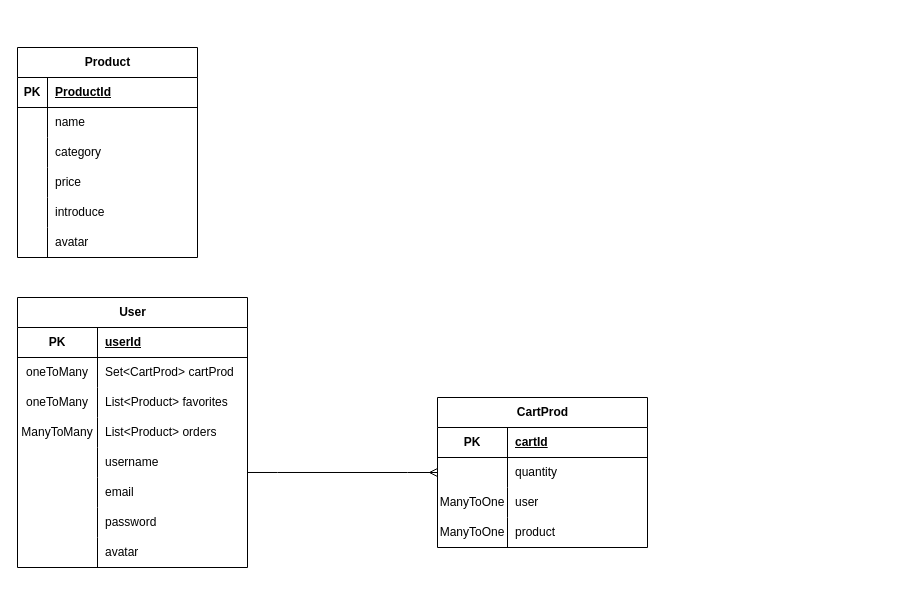
Before: Page_Diagram/petJPA.drawio in dzwfighting/pet_home_evan, a draw.io diagram. Source tidied: cells renumbered, new cells numbered last; positions are measured from the earlier drawing's top-left corner, leaving out a move shared by most shapes. Both pictures are drawn from the tidied source at 100%, with x=0, y=0 at pixel (17, 47).
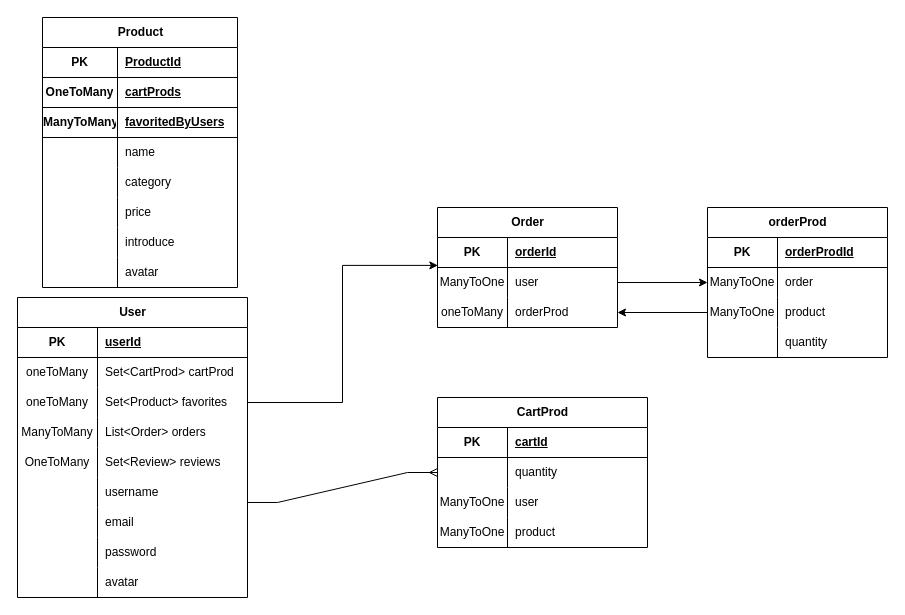
The same diagram, later.

Commit message:
update order，orderProd JPA

The change refers to these unchanged cells:
```xml
<mxCell id="9" style="shape=tableRow;horizontal=0;startSize=0;swimlaneHead=0;swimlaneBody=0;fillColor=none;points=[[0,0.5],[1,0.5]];portConstraint=eastwest;top=0;left=0;right=0;bottom=0;" parent="2" vertex="1">
  <mxGeometry y="90" width="230" height="30" as="geometry" />
</mxCell>
<mxCell id="12" style="shape=tableRow;horizontal=0;startSize=0;swimlaneHead=0;swimlaneBody=0;fillColor=none;top=0;left=0;right=0;bottom=0;" parent="2" vertex="1">
  <mxGeometry y="120" width="230" height="30" as="geometry" />
</mxCell>
```

What changed in the source:
```diff
@@
     <mxCell id="2" value="User" style="shape=table;startSize=30;childLayout=tableLayout;rowLines=0;fontStyle=1;align=center;html=1;" parent="1" vertex="1">
-      <mxGeometry y="250" width="230" height="270" as="geometry" />
+      <mxGeometry y="250" width="230" height="300" as="geometry" />
     </mxCell>
@@
-    <mxCell id="11" value="List&amp;lt;Product&amp;gt; favorites" style="shape=partialRectangle;fillColor=none;top=0;left=0;bottom=0;right=0;align=left;spacingLeft=6;overflow=hidden;whiteSpace=wrap;html=1;" parent="9" vertex="1">
+    <mxCell id="11" value="Set&amp;lt;Product&amp;gt; favorites" style="shape=partialRectangle;fillColor=none;top=0;left=0;bottom=0;right=0;align=left;spacingLeft=6;overflow=hidden;whiteSpace=wrap;html=1;" parent="9" vertex="1">
       <mxGeometry x="80" width="150" height="30" as="geometry" />
     </mxCell>
@@
-    <mxCell id="14" value="List&amp;lt;Product&amp;gt; orders" style="shape=partialRectangle;fillColor=none;top=0;left=0;bottom=0;right=0;align=left;spacingLeft=6;overflow=hidden;whiteSpace=wrap;html=1;" parent="12" vertex="1">
+    <mxCell id="14" value="List&amp;lt;Order&amp;gt; orders" style="shape=partialRectangle;fillColor=none;top=0;left=0;bottom=0;right=0;align=left;spacingLeft=6;overflow=hidden;whiteSpace=wrap;html=1;" parent="12" vertex="1">
       <mxGeometry x="80" width="150" height="30" as="geometry" />
     </mxCell>
+    <mxCell id="60" style="shape=tableRow;horizontal=0;startSize=0;swimlaneHead=0;swimlaneBody=0;fillColor=none;top=0;left=0;right=0;bottom=0;" parent="2" vertex="1">
+      <mxGeometry y="150" width="230" height="30" as="geometry" />
+    </mxCell>
+    <mxCell id="61" value="OneToMany" style="shape=partialRectangle;fillColor=none;top=0;left=0;bottom=0;right=0;overflow=hidden;whiteSpace=wrap;html=1;" parent="60" vertex="1">
+      <mxGeometry width="80" height="30" as="geometry" />
+    </mxCell>
+    <mxCell id="62" value="Set&amp;lt;Review&amp;gt; reviews" style="shape=partialRectangle;fillColor=none;top=0;left=0;bottom=0;right=0;align=left;spacingLeft=6;overflow=hidden;whiteSpace=wrap;html=1;" parent="60" vertex="1">
+      <mxGeometry x="80" width="150" height="30" as="geometry" />
+    </mxCell>
     <mxCell id="15" style="shape=tableRow;horizontal=0;startSize=0;swimlaneHead=0;swimlaneBody=0;fillColor=none;points=[[0,0.5],[1,0.5]];portConstraint=eastwest;top=0;left=0;right=0;bottom=0;" parent="2" vertex="1">
-      <mxGeometry y="150" width="230" height="30" as="geometry" />
+      <mxGeometry y="180" width="230" height="30" as="geometry" />
     </mxCell>
@@
     <mxCell id="18" style="shape=tableRow;horizontal=0;startSize=0;swimlaneHead=0;swimlaneBody=0;fillColor=none;top=0;left=0;right=0;bottom=0;" parent="2" vertex="1">
-      <mxGeometry y="180" width="230" height="30" as="geometry" />
+      <mxGeometry y="210" width="230" height="30" as="geometry" />
     </mxCell>
@@
     <mxCell id="21" style="shape=tableRow;horizontal=0;startSize=0;swimlaneHead=0;swimlaneBody=0;fillColor=none;top=0;left=0;right=0;bottom=0;" parent="2" vertex="1">
-      <mxGeometry y="210" width="230" height="30" as="geometry" />
+      <mxGeometry y="240" width="230" height="30" as="geometry" />
     </mxCell>
@@
     <mxCell id="24" style="shape=tableRow;horizontal=0;startSize=0;swimlaneHead=0;swimlaneBody=0;fillColor=none;top=0;left=0;right=0;bottom=0;" parent="2" vertex="1">
-      <mxGeometry y="240" width="230" height="30" as="geometry" />
+      <mxGeometry y="270" width="230" height="30" as="geometry" />
     </mxCell>
@@
     <mxCell id="27" value="Product" style="shape=table;startSize=30;childLayout=tableLayout;rowLines=0;fontStyle=1;align=center;html=1;" parent="1" vertex="1">
-      <mxGeometry width="180" height="210" as="geometry" />
+      <mxGeometry x="25" y="-30" width="195" height="270" as="geometry" />
     </mxCell>
     <mxCell id="28" style="shape=tableRow;horizontal=0;startSize=0;swimlaneHead=0;swimlaneBody=0;fillColor=none;top=0;left=0;right=0;bottom=1;" parent="27" vertex="1">
-      <mxGeometry y="30" width="180" height="30" as="geometry" />
+      <mxGeometry y="30" width="195" height="30" as="geometry" />
     </mxCell>
     <mxCell id="29" value="PK" style="shape=partialRectangle;fillColor=none;top=0;left=0;bottom=0;right=0;fontStyle=1;overflow=hidden;whiteSpace=wrap;html=1;" parent="28" vertex="1">
-      <mxGeometry width="30" height="30" as="geometry" />
+      <mxGeometry width="75" height="30" as="geometry" />
     </mxCell>
     <mxCell id="30" value="ProductId" style="shape=partialRectangle;fillColor=none;top=0;left=0;bottom=0;right=0;align=left;spacingLeft=6;fontStyle=5;overflow=hidden;whiteSpace=wrap;html=1;" parent="28" vertex="1">
-      <mxGeometry x="30" width="150" height="30" as="geometry" />
+      <mxGeometry x="75" width="120" height="30" as="geometry" />
     </mxCell>
+    <mxCell id="63" style="shape=tableRow;horizontal=0;startSize=0;swimlaneHead=0;swimlaneBody=0;fillColor=none;top=0;left=0;right=0;bottom=1;" parent="27" vertex="1">
+      <mxGeometry y="60" width="195" height="30" as="geometry" />
+    </mxCell>
+    <mxCell id="64" value="OneToMany" style="shape=partialRectangle;fillColor=none;top=0;left=0;bottom=0;right=0;fontStyle=1;overflow=hidden;whiteSpace=wrap;html=1;" parent="63" vertex="1">
+      <mxGeometry width="75" height="30" as="geometry" />
+    </mxCell>
+    <mxCell id="65" value="cartProds" style="shape=partialRectangle;fillColor=none;top=0;left=0;bottom=0;right=0;align=left;spacingLeft=6;fontStyle=5;overflow=hidden;whiteSpace=wrap;html=1;" parent="63" vertex="1">
+      <mxGeometry x="75" width="120" height="30" as="geometry" />
+    </mxCell>
+    <mxCell id="66" style="shape=tableRow;horizontal=0;startSize=0;swimlaneHead=0;swimlaneBody=0;fillColor=none;top=0;left=0;right=0;bottom=1;" parent="27" vertex="1">
+      <mxGeometry y="90" width="195" height="30" as="geometry" />
+    </mxCell>
+    <mxCell id="67" value="ManyToMany" style="shape=partialRectangle;fillColor=none;top=0;left=0;bottom=0;right=0;fontStyle=1;overflow=hidden;whiteSpace=wrap;html=1;" parent="66" vertex="1">
+      <mxGeometry width="75" height="30" as="geometry" />
+    </mxCell>
+    <mxCell id="68" value="favoritedByUsers" style="shape=partialRectangle;fillColor=none;top=0;left=0;bottom=0;right=0;align=left;spacingLeft=6;fontStyle=5;overflow=hidden;whiteSpace=wrap;html=1;" parent="66" vertex="1">
+      <mxGeometry x="75" width="120" height="30" as="geometry" />
+    </mxCell>
     <mxCell id="31" style="shape=tableRow;horizontal=0;startSize=0;swimlaneHead=0;swimlaneBody=0;fillColor=none;top=0;left=0;right=0;bottom=0;" parent="27" vertex="1">
-      <mxGeometry y="60" width="180" height="30" as="geometry" />
+      <mxGeometry y="120" width="195" height="30" as="geometry" />
     </mxCell>
     <mxCell id="32" style="shape=partialRectangle;fillColor=none;top=0;left=0;bottom=0;right=0;overflow=hidden;whiteSpace=wrap;html=1;" parent="31" vertex="1">
-      <mxGeometry width="30" height="30" as="geometry" />
+      <mxGeometry width="75" height="30" as="geometry" />
     </mxCell>
     <mxCell id="33" value="name" style="shape=partialRectangle;fillColor=none;top=0;left=0;bottom=0;right=0;align=left;spacingLeft=6;overflow=hidden;whiteSpace=wrap;html=1;" parent="31" vertex="1">
-      <mxGeometry x="30" width="150" height="30" as="geometry" />
+      <mxGeometry x="75" width="120" height="30" as="geometry" />
     </mxCell>
     <mxCell id="34" style="shape=tableRow;horizontal=0;startSize=0;swimlaneHead=0;swimlaneBody=0;fillColor=none;top=0;left=0;right=0;bottom=0;" parent="27" vertex="1">
-      <mxGeometry y="90" width="180" height="30" as="geometry" />
+      <mxGeometry y="150" width="195" height="30" as="geometry" />
     </mxCell>
     <mxCell id="35" style="shape=partialRectangle;fillColor=none;top=0;left=0;bottom=0;right=0;overflow=hidden;whiteSpace=wrap;html=1;" parent="34" vertex="1">
-      <mxGeometry width="30" height="30" as="geometry" />
+      <mxGeometry width="75" height="30" as="geometry" />
     </mxCell>
     <mxCell id="36" value="category" style="shape=partialRectangle;fillColor=none;top=0;left=0;bottom=0;right=0;align=left;spacingLeft=6;overflow=hidden;whiteSpace=wrap;html=1;" parent="34" vertex="1">
-      <mxGeometry x="30" width="150" height="30" as="geometry" />
+      <mxGeometry x="75" width="120" height="30" as="geometry" />
     </mxCell>
     <mxCell id="37" style="shape=tableRow;horizontal=0;startSize=0;swimlaneHead=0;swimlaneBody=0;fillColor=none;top=0;left=0;right=0;bottom=0;" parent="27" vertex="1">
-      <mxGeometry y="120" width="180" height="30" as="geometry" />
+      <mxGeometry y="180" width="195" height="30" as="geometry" />
     </mxCell>
     <mxCell id="38" style="shape=partialRectangle;fillColor=none;top=0;left=0;bottom=0;right=0;overflow=hidden;whiteSpace=wrap;html=1;" parent="37" vertex="1">
-      <mxGeometry width="30" height="30" as="geometry" />
+      <mxGeometry width="75" height="30" as="geometry" />
     </mxCell>
     <mxCell id="39" value="price" style="shape=partialRectangle;fillColor=none;top=0;left=0;bottom=0;right=0;align=left;spacingLeft=6;overflow=hidden;whiteSpace=wrap;html=1;" parent="37" vertex="1">
-      <mxGeometry x="30" width="150" height="30" as="geometry" />
+      <mxGeometry x="75" width="120" height="30" as="geometry" />
     </mxCell>
     <mxCell id="40" style="shape=tableRow;horizontal=0;startSize=0;swimlaneHead=0;swimlaneBody=0;fillColor=none;top=0;left=0;right=0;bottom=0;" parent="27" vertex="1">
-      <mxGeometry y="150" width="180" height="30" as="geometry" />
+      <mxGeometry y="210" width="195" height="30" as="geometry" />
     </mxCell>
     <mxCell id="41" style="shape=partialRectangle;fillColor=none;top=0;left=0;bottom=0;right=0;overflow=hidden;whiteSpace=wrap;html=1;" parent="40" vertex="1">
-      <mxGeometry width="30" height="30" as="geometry" />
+      <mxGeometry width="75" height="30" as="geometry" />
     </mxCell>
     <mxCell id="42" value="introduce" style="shape=partialRectangle;fillColor=none;top=0;left=0;bottom=0;right=0;align=left;spacingLeft=6;overflow=hidden;whiteSpace=wrap;html=1;" parent="40" vertex="1">
-      <mxGeometry x="30" width="150" height="30" as="geometry" />
+      <mxGeometry x="75" width="120" height="30" as="geometry" />
     </mxCell>
     <mxCell id="43" style="shape=tableRow;horizontal=0;startSize=0;swimlaneHead=0;swimlaneBody=0;fillColor=none;top=0;left=0;right=0;bottom=0;" parent="27" vertex="1">
-      <mxGeometry y="180" width="180" height="30" as="geometry" />
+      <mxGeometry y="240" width="195" height="30" as="geometry" />
     </mxCell>
     <mxCell id="44" style="shape=partialRectangle;fillColor=none;top=0;left=0;bottom=0;right=0;overflow=hidden;whiteSpace=wrap;html=1;" parent="43" vertex="1">
-      <mxGeometry width="30" height="30" as="geometry" />
+      <mxGeometry width="75" height="30" as="geometry" />
     </mxCell>
     <mxCell id="45" value="avatar" style="shape=partialRectangle;fillColor=none;top=0;left=0;bottom=0;right=0;align=left;spacingLeft=6;overflow=hidden;whiteSpace=wrap;html=1;" parent="43" vertex="1">
-      <mxGeometry x="30" width="150" height="30" as="geometry" />
+      <mxGeometry x="75" width="120" height="30" as="geometry" />
     </mxCell>
@@
+    <mxCell id="69" value="Order" style="shape=table;startSize=30;childLayout=tableLayout;rowLines=0;fontStyle=1;align=center;html=1;" parent="1" vertex="1">
+      <mxGeometry x="420" y="160" width="180" height="120" as="geometry" />
+    </mxCell>
+    <mxCell id="70" style="shape=tableRow;horizontal=0;startSize=0;swimlaneHead=0;swimlaneBody=0;fillColor=none;top=0;left=0;right=0;bottom=1;" parent="69" vertex="1">
+      <mxGeometry y="30" width="180" height="30" as="geometry" />
+    </mxCell>
+    <mxCell id="71" value="PK" style="shape=partialRectangle;fillColor=none;top=0;left=0;bottom=0;right=0;fontStyle=1;overflow=hidden;whiteSpace=wrap;html=1;" parent="70" vertex="1">
+      <mxGeometry width="70" height="30" as="geometry" />
+    </mxCell>
+    <mxCell id="72" value="orderId" style="shape=partialRectangle;fillColor=none;top=0;left=0;bottom=0;right=0;align=left;spacingLeft=6;fontStyle=5;overflow=hidden;whiteSpace=wrap;html=1;" parent="70" vertex="1">
+      <mxGeometry x="70" width="110" height="30" as="geometry" />
+    </mxCell>
+    <mxCell id="73" style="shape=tableRow;horizontal=0;startSize=0;swimlaneHead=0;swimlaneBody=0;fillColor=none;points=[[0,0.5],[1,0.5]];portConstraint=eastwest;top=0;left=0;right=0;bottom=0;" parent="69" vertex="1">
+      <mxGeometry y="60" width="180" height="30" as="geometry" />
+    </mxCell>
+    <mxCell id="74" value="ManyToOne" style="shape=partialRectangle;fillColor=none;top=0;left=0;bottom=0;right=0;overflow=hidden;whiteSpace=wrap;html=1;" parent="73" vertex="1">
+      <mxGeometry width="70" height="30" as="geometry" />
+    </mxCell>
+    <mxCell id="75" value="user" style="shape=partialRectangle;fillColor=none;top=0;left=0;bottom=0;right=0;align=left;spacingLeft=6;overflow=hidden;whiteSpace=wrap;html=1;" parent="73" vertex="1">
+      <mxGeometry x="70" width="110" height="30" as="geometry" />
+    </mxCell>
+    <mxCell id="76" style="shape=tableRow;horizontal=0;startSize=0;swimlaneHead=0;swimlaneBody=0;fillColor=none;points=[[0,0.5],[1,0.5]];portConstraint=eastwest;top=0;left=0;right=0;bottom=0;" parent="69" vertex="1">
+      <mxGeometry y="90" width="180" height="30" as="geometry" />
+    </mxCell>
+    <mxCell id="77" value="oneToMany" style="shape=partialRectangle;fillColor=none;top=0;left=0;bottom=0;right=0;overflow=hidden;whiteSpace=wrap;html=1;" parent="76" vertex="1">
+      <mxGeometry width="70" height="30" as="geometry" />
+    </mxCell>
+    <mxCell id="78" value="orderProd" style="shape=partialRectangle;fillColor=none;top=0;left=0;bottom=0;right=0;align=left;spacingLeft=6;overflow=hidden;whiteSpace=wrap;html=1;" parent="76" vertex="1">
+      <mxGeometry x="70" width="110" height="30" as="geometry" />
+    </mxCell>
+    <mxCell id="79" value="orderProd" style="shape=table;startSize=30;childLayout=tableLayout;rowLines=0;fontStyle=1;align=center;html=1;" parent="1" vertex="1">
+      <mxGeometry x="690" y="160" width="180" height="150" as="geometry" />
+    </mxCell>
+    <mxCell id="80" style="shape=tableRow;horizontal=0;startSize=0;swimlaneHead=0;swimlaneBody=0;fillColor=none;top=0;left=0;right=0;bottom=1;" parent="79" vertex="1">
+      <mxGeometry y="30" width="180" height="30" as="geometry" />
+    </mxCell>
+    <mxCell id="81" value="PK" style="shape=partialRectangle;fillColor=none;top=0;left=0;bottom=0;right=0;fontStyle=1;overflow=hidden;whiteSpace=wrap;html=1;" parent="80" vertex="1">
+      <mxGeometry width="70" height="30" as="geometry" />
+    </mxCell>
+    <mxCell id="82" value="orderProdId" style="shape=partialRectangle;fillColor=none;top=0;left=0;bottom=0;right=0;align=left;spacingLeft=6;fontStyle=5;overflow=hidden;whiteSpace=wrap;html=1;" parent="80" vertex="1">
+      <mxGeometry x="70" width="110" height="30" as="geometry" />
+    </mxCell>
+    <mxCell id="83" style="shape=tableRow;horizontal=0;startSize=0;swimlaneHead=0;swimlaneBody=0;fillColor=none;top=0;left=0;right=0;bottom=0;" parent="79" vertex="1">
+      <mxGeometry y="60" width="180" height="30" as="geometry" />
+    </mxCell>
+    <mxCell id="84" value="ManyToOne" style="shape=partialRectangle;fillColor=none;top=0;left=0;bottom=0;right=0;overflow=hidden;whiteSpace=wrap;html=1;" parent="83" vertex="1">
+      <mxGeometry width="70" height="30" as="geometry" />
+    </mxCell>
+    <mxCell id="85" value="order" style="shape=partialRectangle;fillColor=none;top=0;left=0;bottom=0;right=0;align=left;spacingLeft=6;overflow=hidden;whiteSpace=wrap;html=1;" parent="83" vertex="1">
+      <mxGeometry x="70" width="110" height="30" as="geometry" />
+    </mxCell>
+    <mxCell id="86" style="shape=tableRow;horizontal=0;startSize=0;swimlaneHead=0;swimlaneBody=0;fillColor=none;points=[[0,0.5],[1,0.5]];portConstraint=eastwest;top=0;left=0;right=0;bottom=0;" parent="79" vertex="1">
+      <mxGeometry y="90" width="180" height="30" as="geometry" />
+    </mxCell>
+    <mxCell id="87" value="ManyToOne" style="shape=partialRectangle;fillColor=none;top=0;left=0;bottom=0;right=0;overflow=hidden;whiteSpace=wrap;html=1;" parent="86" vertex="1">
+      <mxGeometry width="70" height="30" as="geometry" />
+    </mxCell>
+    <mxCell id="88" value="product" style="shape=partialRectangle;fillColor=none;top=0;left=0;bottom=0;right=0;align=left;spacingLeft=6;overflow=hidden;whiteSpace=wrap;html=1;" parent="86" vertex="1">
+      <mxGeometry x="70" width="110" height="30" as="geometry" />
+    </mxCell>
+    <mxCell id="89" style="shape=tableRow;horizontal=0;startSize=0;swimlaneHead=0;swimlaneBody=0;fillColor=none;top=0;left=0;right=0;bottom=0;" parent="79" vertex="1">
+      <mxGeometry y="120" width="180" height="30" as="geometry" />
+    </mxCell>
+    <mxCell id="90" style="shape=partialRectangle;fillColor=none;top=0;left=0;bottom=0;right=0;overflow=hidden;whiteSpace=wrap;html=1;" parent="89" vertex="1">
+      <mxGeometry width="70" height="30" as="geometry" />
+    </mxCell>
+    <mxCell id="91" value="quantity" style="shape=partialRectangle;fillColor=none;top=0;left=0;bottom=0;right=0;align=left;spacingLeft=6;overflow=hidden;whiteSpace=wrap;html=1;" parent="89" vertex="1">
+      <mxGeometry x="70" width="110" height="30" as="geometry" />
+    </mxCell>
+    <mxCell id="92" style="edgeStyle=orthogonalEdgeStyle;rounded=0;jettySize=auto;html=1;exitX=1;exitY=0.5;exitDx=0;exitDy=0;entryX=0;entryY=0.5;entryDx=0;entryDy=0;" parent="1" edge="1" source="73" target="79">
+      <mxGeometry relative="1" as="geometry" />
+    </mxCell>
+    <mxCell id="93" style="edgeStyle=orthogonalEdgeStyle;rounded=0;jettySize=auto;html=1;exitX=0;exitY=0.5;exitDx=0;exitDy=0;entryX=1;entryY=0.5;entryDx=0;entryDy=0;" parent="1" edge="1" source="86" target="76">
+      <mxGeometry relative="1" as="geometry" />
+    </mxCell>
+    <mxCell id="94" style="edgeStyle=orthogonalEdgeStyle;rounded=0;jettySize=auto;html=1;exitX=1;exitY=0.5;exitDx=0;exitDy=0;entryX=0.002;entryY=-0.07;entryDx=0;entryDy=0;entryPerimeter=0;" parent="1" edge="1" source="9" target="73">
+      <mxGeometry relative="1" as="geometry" />
+    </mxCell>
```
